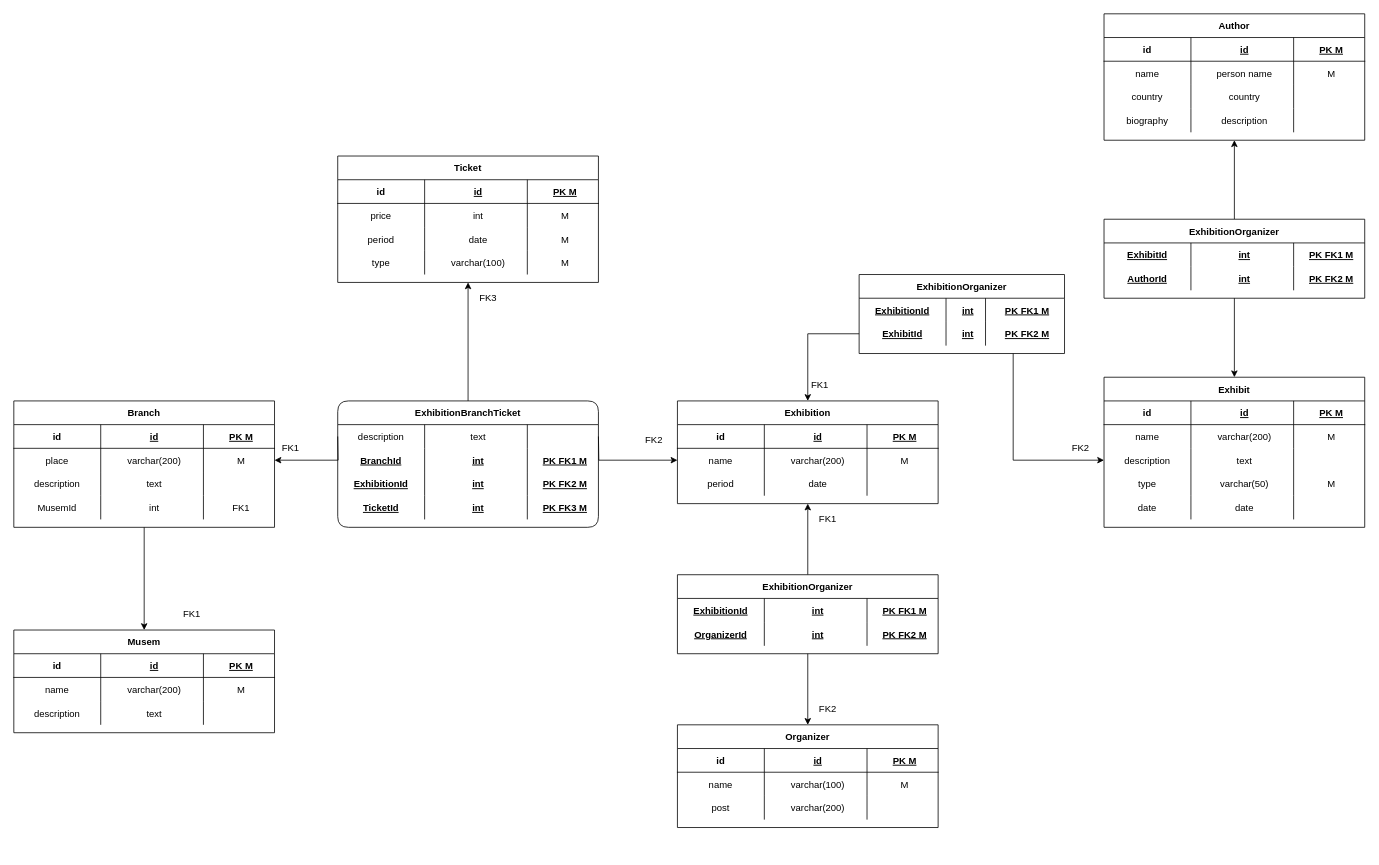
This is Musem PDM.drawio from sergalb/db-musem-project, a draw.io file, before an edit. Source tidied: cells renumbered, new cells numbered last; positions are measured from the earlier drawing's top-left corner, leaving out a move shared by most shapes. Both pictures are drawn from the tidied source at 79%, with x=0, y=0 at pixel (13, 13).
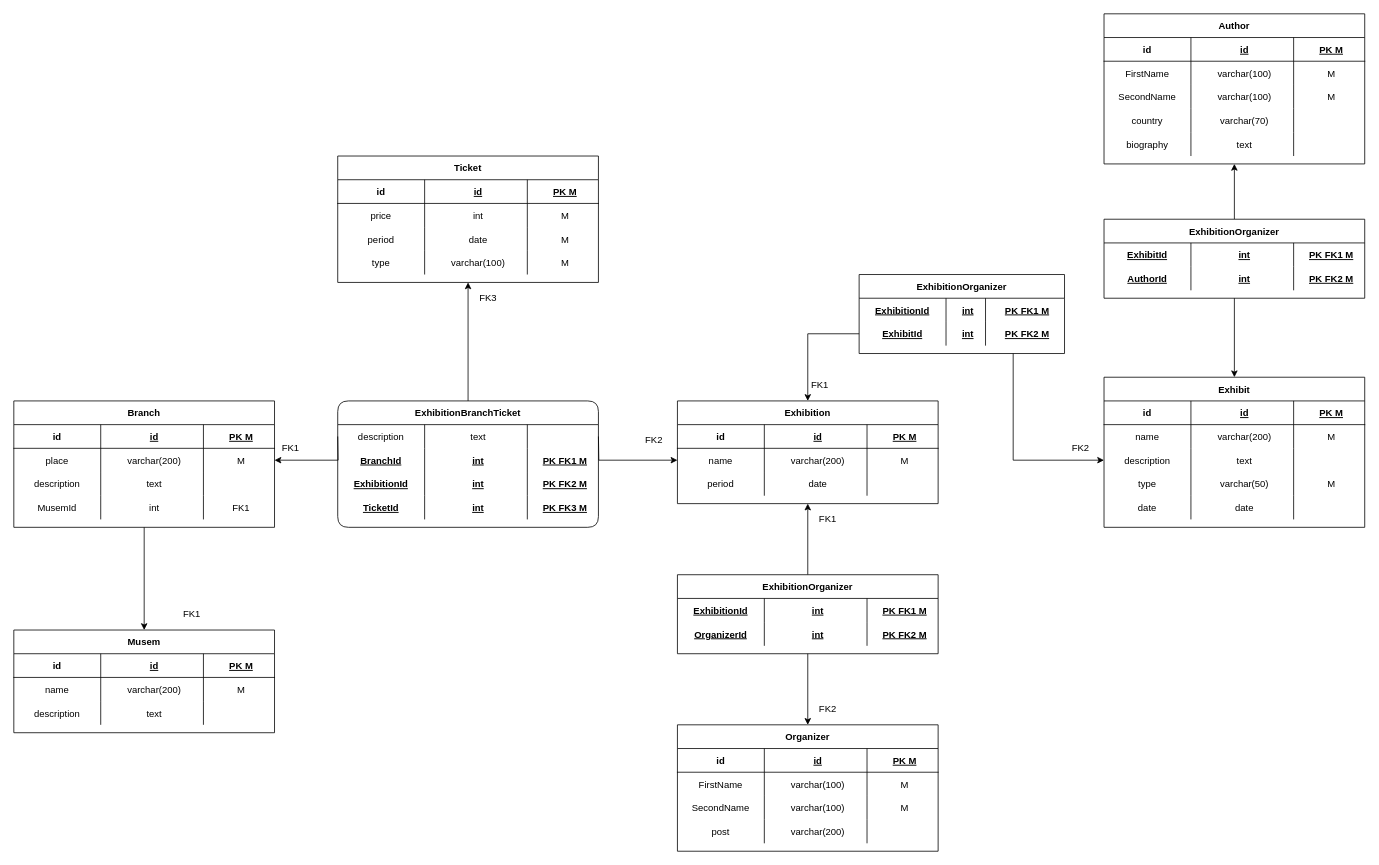
Above is the later version.

The change refers to these unchanged cells:
```xml
<mxCell id="61" style="shape=partialRectangle;fillColor=none;top=0;left=0;bottom=0;right=0;align=center;" parent="56" vertex="1">
  <mxGeometry y="60" width="330" height="30" as="geometry" />
</mxCell>
<mxCell id="79" style="shape=partialRectangle;fillColor=none;top=0;left=0;bottom=0;right=0;align=center;" parent="74" vertex="1">
  <mxGeometry y="60" width="330" height="30" as="geometry" />
</mxCell>
```

What changed in the source:
```diff
@@
     <mxCell id="56" value="Author" style="shape=table;startSize=30;childLayout=tableLayout;rowLines=0;fontStyle=1;align=center;" parent="1" vertex="1">
-      <mxGeometry x="1380" width="330" height="160" as="geometry" />
+      <mxGeometry x="1380" width="330" height="190" as="geometry" />
     </mxCell>
@@
-    <mxCell id="62" value="name" style="shape=partialRectangle;fillColor=none;top=0;left=0;bottom=0;right=0;overflow=hidden;align=center;" parent="61" vertex="1">
+    <mxCell id="62" value="FirstName" style="shape=partialRectangle;fillColor=none;top=0;left=0;bottom=0;right=0;overflow=hidden;align=center;" parent="61" vertex="1">
       <mxGeometry width="110" height="30" as="geometry" />
     </mxCell>
-    <mxCell id="63" value="person name" style="shape=partialRectangle;fillColor=none;top=0;left=0;bottom=0;right=0;align=center;spacingLeft=6;overflow=hidden;" parent="61" vertex="1">
+    <mxCell id="63" value="varchar(100)" style="shape=partialRectangle;fillColor=none;top=0;left=0;bottom=0;right=0;align=center;spacingLeft=6;overflow=hidden;" parent="61" vertex="1">
       <mxGeometry x="110" width="130" height="30" as="geometry" />
     </mxCell>
@@
+    <mxCell id="175" style="shape=partialRectangle;fillColor=none;top=0;left=0;bottom=0;right=0;align=center;" parent="56" vertex="1">
+      <mxGeometry y="90" width="330" height="30" as="geometry" />
+    </mxCell>
+    <mxCell id="176" value="SecondName" style="shape=partialRectangle;fillColor=none;top=0;left=0;bottom=0;right=0;overflow=hidden;align=center;" parent="175" vertex="1">
+      <mxGeometry width="110" height="30" as="geometry" />
+    </mxCell>
+    <mxCell id="177" value="varchar(100)" style="shape=partialRectangle;fillColor=none;top=0;left=0;bottom=0;right=0;align=center;spacingLeft=6;overflow=hidden;" parent="175" vertex="1">
+      <mxGeometry x="110" width="130" height="30" as="geometry" />
+    </mxCell>
+    <mxCell id="178" value="M" style="shape=partialRectangle;fillColor=none;top=0;left=0;bottom=0;right=0;align=center;spacingLeft=6;overflow=hidden;" parent="175" vertex="1">
+      <mxGeometry x="240" width="90" height="30" as="geometry" />
+    </mxCell>
     <mxCell id="65" style="shape=partialRectangle;fillColor=none;top=0;left=0;bottom=0;right=0;align=center;" parent="56" vertex="1">
-      <mxGeometry y="90" width="330" height="30" as="geometry" />
+      <mxGeometry y="120" width="330" height="30" as="geometry" />
     </mxCell>
@@
-    <mxCell id="67" value="country" style="shape=partialRectangle;fillColor=none;top=0;left=0;bottom=0;right=0;align=center;spacingLeft=6;overflow=hidden;" parent="65" vertex="1">
+    <mxCell id="67" value="varchar(70) " style="shape=partialRectangle;fillColor=none;top=0;left=0;bottom=0;right=0;align=center;spacingLeft=6;overflow=hidden;" parent="65" vertex="1">
       <mxGeometry x="110" width="130" height="30" as="geometry" />
     </mxCell>
@@
     <mxCell id="69" style="shape=partialRectangle;fillColor=none;top=0;left=0;bottom=0;right=0;align=center;" parent="56" vertex="1">
-      <mxGeometry y="120" width="330" height="30" as="geometry" />
+      <mxGeometry y="150" width="330" height="30" as="geometry" />
     </mxCell>
@@
-    <mxCell id="71" value="description" style="shape=partialRectangle;fillColor=none;top=0;left=0;bottom=0;right=0;align=center;spacingLeft=6;overflow=hidden;" parent="69" vertex="1">
+    <mxCell id="71" value="text" style="shape=partialRectangle;fillColor=none;top=0;left=0;bottom=0;right=0;align=center;spacingLeft=6;overflow=hidden;" parent="69" vertex="1">
       <mxGeometry x="110" width="130" height="30" as="geometry" />
     </mxCell>
@@
     <mxCell id="74" value="Organizer" style="shape=table;startSize=30;childLayout=tableLayout;rowLines=0;fontStyle=1;align=center;" parent="1" vertex="1">
-      <mxGeometry x="840" y="900" width="330" height="130" as="geometry" />
+      <mxGeometry x="840" y="900" width="330" height="160" as="geometry" />
     </mxCell>
@@
-    <mxCell id="80" value="name" style="shape=partialRectangle;fillColor=none;top=0;left=0;bottom=0;right=0;overflow=hidden;align=center;" parent="79" vertex="1">
+    <mxCell id="80" value="FirstName" style="shape=partialRectangle;fillColor=none;top=0;left=0;bottom=0;right=0;overflow=hidden;align=center;" parent="79" vertex="1">
       <mxGeometry width="110" height="30" as="geometry" />
     </mxCell>
@@
+    <mxCell id="179" style="shape=partialRectangle;fillColor=none;top=0;left=0;bottom=0;right=0;align=center;" parent="74" vertex="1">
+      <mxGeometry y="90" width="330" height="30" as="geometry" />
+    </mxCell>
+    <mxCell id="180" value="SecondName" style="shape=partialRectangle;fillColor=none;top=0;left=0;bottom=0;right=0;overflow=hidden;align=center;" parent="179" vertex="1">
+      <mxGeometry width="110" height="30" as="geometry" />
+    </mxCell>
+    <mxCell id="181" value="varchar(100)" style="shape=partialRectangle;fillColor=none;top=0;left=0;bottom=0;right=0;align=center;spacingLeft=6;overflow=hidden;" parent="179" vertex="1">
+      <mxGeometry x="110" width="130" height="30" as="geometry" />
+    </mxCell>
+    <mxCell id="182" value="M" style="shape=partialRectangle;fillColor=none;top=0;left=0;bottom=0;right=0;align=center;spacingLeft=6;overflow=hidden;" parent="179" vertex="1">
+      <mxGeometry x="240" width="90" height="30" as="geometry" />
+    </mxCell>
     <mxCell id="83" style="shape=partialRectangle;fillColor=none;top=0;left=0;bottom=0;right=0;align=center;" parent="74" vertex="1">
-      <mxGeometry y="90" width="330" height="30" as="geometry" />
+      <mxGeometry y="120" width="330" height="30" as="geometry" />
     </mxCell>
```
